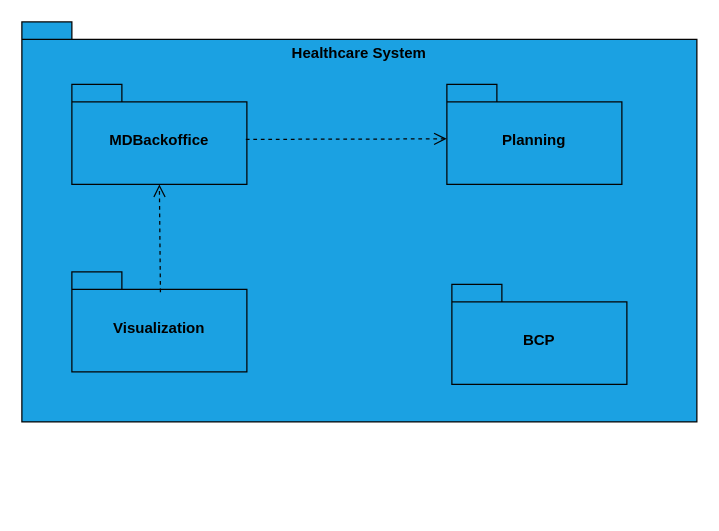
This is docs/sprint-3/team-decisions/views/development-view/development-view-level-2.drawio from rita-barbosa/LAPR5-2425, a draw.io file, before an edit. Source tidied: cells renumbered, new cells numbered last; positions are measured from the earlier drawing's top-left corner, leaving out a move shared by most shapes. Both pictures are drawn from the tidied source at 125%, with x=0, y=0 at pixel (21, 21).
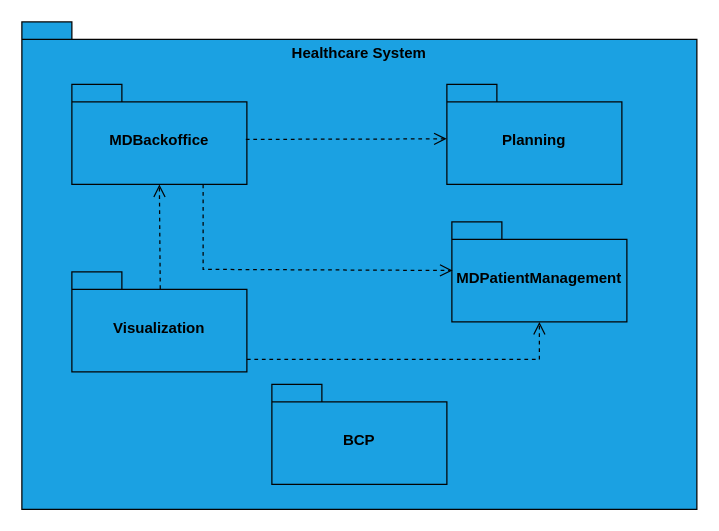
The same page after the edit.

The edit, as a diff of the source:
```diff
@@
 <mxGraphModel>
   <root>
     <mxCell id="0" />
     <mxCell id="1" parent="0" />
     <mxCell id="2" value="Healthcare System" style="shape=folder;fontStyle=1;spacingTop=3;tabWidth=40;tabHeight=14;tabPosition=left;html=1;whiteSpace=wrap;labelPosition=center;verticalLabelPosition=top;align=center;verticalAlign=bottom;labelBackgroundColor=none;labelBorderColor=none;spacing=-32;fillColor=#1BA1E2;strokeColor=#030303;" parent="1" vertex="1">
-      <mxGeometry width="540" height="320" as="geometry" />
+      <mxGeometry width="540" height="390" as="geometry" />
     </mxCell>
     <mxCell id="3" value="MDBackoffice" style="shape=folder;fontStyle=1;spacingTop=10;tabWidth=40;tabHeight=14;tabPosition=left;html=1;whiteSpace=wrap;fillColor=#1BA1E2;strokeColor=#030303;" parent="1" vertex="1">
       <mxGeometry x="40" y="50" width="140" height="80" as="geometry" />
     </mxCell>
     <mxCell id="4" value="Planning" style="shape=folder;fontStyle=1;spacingTop=10;tabWidth=40;tabHeight=14;tabPosition=left;html=1;whiteSpace=wrap;fillColor=#1BA1E2;strokeColor=#030303;" parent="1" vertex="1">
       <mxGeometry x="340" y="50" width="140" height="80" as="geometry" />
     </mxCell>
     <mxCell id="5" value="Visualization" style="shape=folder;fontStyle=1;spacingTop=10;tabWidth=40;tabHeight=14;tabPosition=left;html=1;whiteSpace=wrap;fillColor=#1BA1E2;strokeColor=#030303;" parent="1" vertex="1">
       <mxGeometry x="40" y="200" width="140" height="80" as="geometry" />
     </mxCell>
     <mxCell id="6" style="html=1;verticalAlign=bottom;endArrow=open;dashed=1;endSize=8;curved=0;rounded=0;entryX=-0.001;entryY=0.545;entryDx=0;entryDy=0;entryPerimeter=0;exitX=0.994;exitY=0.55;exitDx=0;exitDy=0;exitPerimeter=0;strokeColor=#030303;" parent="1" edge="1" source="3" target="4">
       <mxGeometry relative="1" as="geometry" />
     </mxCell>
-    <mxCell id="7" style="html=1;verticalAlign=bottom;endArrow=open;dashed=1;endSize=8;curved=0;rounded=0;entryX=0.5;entryY=1;entryDx=0;entryDy=0;entryPerimeter=0;exitX=0.506;exitY=0.204;exitDx=0;exitDy=0;exitPerimeter=0;strokeColor=#030303;" parent="1" edge="1" source="5" target="3">
+    <mxCell id="7" style="html=1;verticalAlign=bottom;endArrow=open;dashed=1;endSize=8;curved=0;rounded=0;entryX=0.5;entryY=1;entryDx=0;entryDy=0;entryPerimeter=0;exitX=0.505;exitY=0.172;exitDx=0;exitDy=0;exitPerimeter=0;strokeColor=#030303;" parent="1" edge="1" source="5" target="3">
       <mxGeometry relative="1" as="geometry" />
     </mxCell>
     <mxCell id="8" value="BCP" style="shape=folder;fontStyle=1;spacingTop=10;tabWidth=40;tabHeight=14;tabPosition=left;html=1;whiteSpace=wrap;fillColor=#1BA1E2;strokeColor=#030303;" parent="1" vertex="1">
-      <mxGeometry x="344" y="210" width="140" height="80" as="geometry" />
+      <mxGeometry x="200" y="290" width="140" height="80" as="geometry" />
     </mxCell>
+    <mxCell id="9" value="MDPatientManagement" style="shape=folder;fontStyle=1;spacingTop=10;tabWidth=40;tabHeight=14;tabPosition=left;html=1;whiteSpace=wrap;fillColor=#1BA1E2;strokeColor=#030303;" parent="1" vertex="1">
+      <mxGeometry x="344" y="160" width="140" height="80" as="geometry" />
+    </mxCell>
+    <mxCell id="10" style="html=1;verticalAlign=bottom;endArrow=open;dashed=1;endSize=8;curved=0;rounded=0;entryX=0.5;entryY=1;entryDx=0;entryDy=0;entryPerimeter=0;exitX=1.008;exitY=0.682;exitDx=0;exitDy=0;exitPerimeter=0;strokeColor=#030303;" parent="1" edge="1" target="9">
+      <mxGeometry relative="1" as="geometry">
+        <mxPoint x="180" y="270" as="sourcePoint" />
+        <Array as="points">
+          <mxPoint x="414" y="270" />
+        </Array>
+      </mxGeometry>
+    </mxCell>
+    <mxCell id="11" style="html=1;verticalAlign=bottom;endArrow=open;dashed=1;endSize=8;curved=0;rounded=0;entryX=0.004;entryY=0.486;entryDx=0;entryDy=0;entryPerimeter=0;exitX=0.75;exitY=1;exitDx=0;exitDy=0;exitPerimeter=0;strokeColor=#030303;" parent="1" edge="1" source="3" target="9">
+      <mxGeometry relative="1" as="geometry">
+        <Array as="points">
+          <mxPoint x="145" y="198" />
+        </Array>
+      </mxGeometry>
+    </mxCell>
   </root>
 </mxGraphModel>
```
